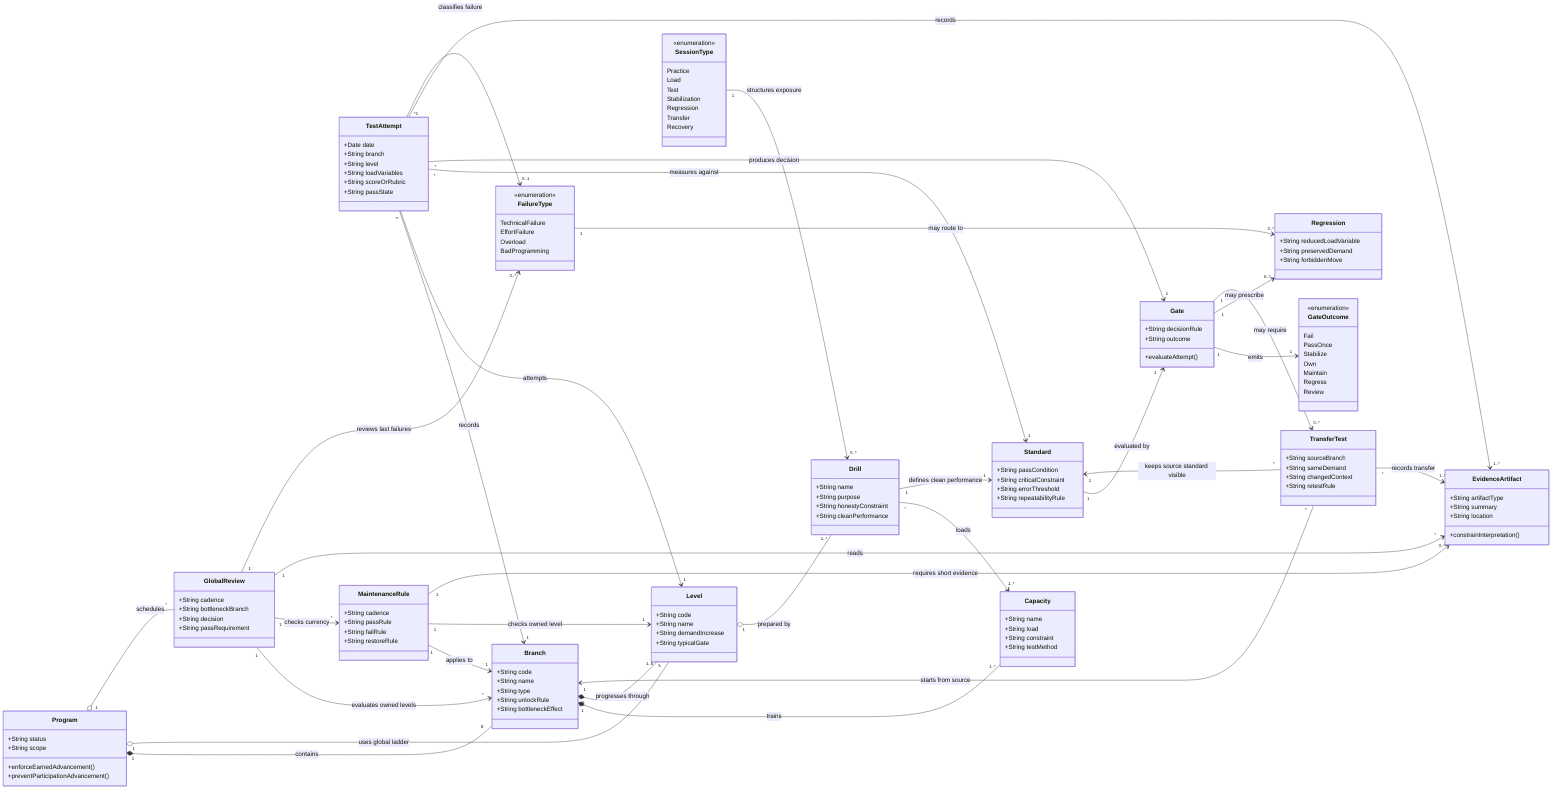
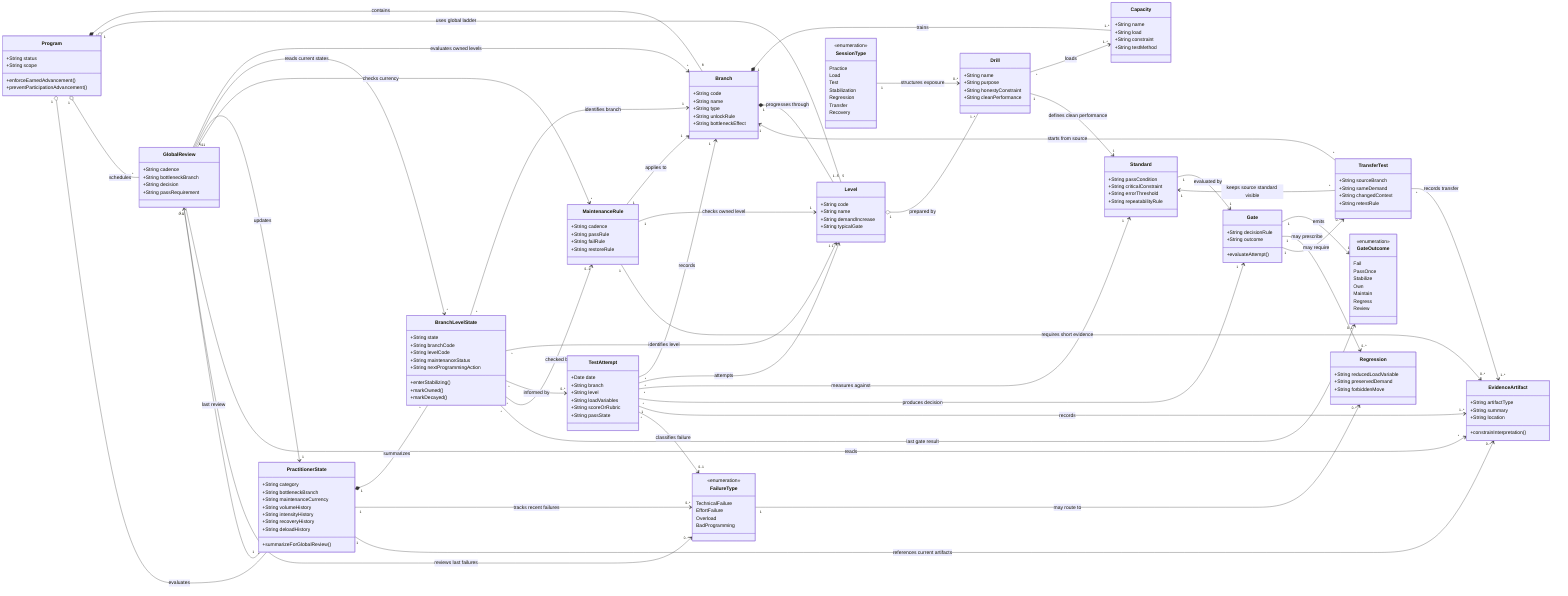
%% Domain model / UML class diagram.
%% Clarifies the core program entities and how advancement evidence flows through standards and gates.
classDiagram
direction LR

class Program {
  +String status
  +String scope
  +enforceEarnedAdvancement()
  +preventParticipationAdvancement()
}

class Branch {
  +String code
  +String name
  +String type
  +String unlockRule
  +String bottleneckEffect
}

class Capacity {
  +String name
  +String load
  +String constraint
  +String testMethod
}

class Level {
  +String code
  +String name
  +String demandIncrease
  +String typicalGate
}

class Drill {
  +String name
  +String purpose
  +String honestyConstraint
  +String cleanPerformance
}

class Standard {
  +String passCondition
  +String criticalConstraint
  +String errorThreshold
  +String repeatabilityRule
}

class Gate {
  +String decisionRule
  +String outcome
  +evaluateAttempt()
}

class GateOutcome {
  <<enumeration>>
  Fail
  PassOnce
  Stabilize
  Own
  Maintain
  Regress
  Review
+ }
+ 
+ class BranchLevelState {
+   +String state
+   +String branchCode
+   +String levelCode
+   +String maintenanceStatus
+   +String nextProgrammingAction
+   +enterStabilizing()
+   +markOwned()
+   +markDecayed()
+ }
+ 
+ class PractitionerState {
+   +String category
+   +String bottleneckBranch
+   +String maintenanceCurrency
+   +String volumeHistory
+   +String intensityHistory
+   +String recoveryHistory
+   +String deloadHistory
+   +summarizeForGlobalReview()
}

class Regression {
  +String reducedLoadVariable
  +String preservedDemand
  +String forbiddenMove
}

class SessionType {
  <<enumeration>>
  Practice
  Load
  Test
  Stabilization
  Regression
  Transfer
  Recovery
}

class TestAttempt {
  +Date date
  +String branch
  +String level
  +String loadVariables
  +String scoreOrRubric
  +String passState
}

class EvidenceArtifact {
  +String artifactType
  +String summary
  +String location
  +constrainInterpretation()
}

class FailureType {
  <<enumeration>>
  TechnicalFailure
  EffortFailure
  Overload
  BadProgramming
}

class MaintenanceRule {
  +String cadence
  +String passRule
  +String failRule
  +String restoreRule
}

class TransferTest {
  +String sourceBranch
  +String sameDemand
  +String changedContext
  +String retestRule
}

class GlobalReview {
  +String cadence
  +String bottleneckBranch
  +String decision
  +String passRequirement
}

Program "1" *-- "8" Branch : contains
Program "1" o-- "5" Level : uses global ladder
Program "1" o-- "*" GlobalReview : schedules
+ Program "1" o-- "*" PractitionerState : evaluates
+ PractitionerState "1" *-- "*" BranchLevelState : summarizes
+ PractitionerState "1" --> "0..*" FailureType : tracks recent failures
+ PractitionerState "1" --> "0..*" EvidenceArtifact : references current artifacts
+ PractitionerState "1" --> "0..1" GlobalReview : last review
Branch "1" *-- "1..*" Capacity : trains
Branch "1" *-- "1..5" Level : progresses through
+ BranchLevelState "*" --> "1" Branch : identifies branch
+ BranchLevelState "*" --> "1" Level : identifies level
+ BranchLevelState "*" --> "0..*" TestAttempt : informed by
+ BranchLevelState "*" --> "0..1" MaintenanceRule : checked by
+ BranchLevelState "*" --> "0..1" GateOutcome : last gate result
Level "1" o-- "1..*" Drill : prepared by
Drill "*" --> "1..*" Capacity : loads
Drill "1" --> "1" Standard : defines clean performance
Standard "1" --> "1" Gate : evaluated by
Gate "1" --> "1" GateOutcome : emits
Gate "1" --> "0..*" Regression : may prescribe
Gate "1" --> "0..*" TransferTest : may require
SessionType "1" --> "0..*" Drill : structures exposure
TestAttempt "*" --> "1" Branch : records
TestAttempt "*" --> "1" Level : attempts
TestAttempt "*" --> "1" Standard : measures against
TestAttempt "*" --> "1" Gate : produces decision
TestAttempt "1" --> "1..*" EvidenceArtifact : records
TestAttempt "*" --> "0..1" FailureType : classifies failure
FailureType "1" --> "0..*" Regression : may route to
MaintenanceRule "1" --> "1" Branch : applies to
MaintenanceRule "1" --> "1" Level : checks owned level
MaintenanceRule "1" --> "0..*" EvidenceArtifact : requires short evidence
TransferTest "*" --> "1" Branch : starts from source
TransferTest "*" --> "1" Standard : keeps source standard visible
TransferTest "*" --> "1..*" EvidenceArtifact : records transfer
GlobalReview "1" --> "*" Branch : evaluates owned levels
+ GlobalReview "1" --> "*" BranchLevelState : reads current states
+ GlobalReview "1" --> "1" PractitionerState : updates
GlobalReview "1" --> "*" MaintenanceRule : checks currency
GlobalReview "1" --> "*" EvidenceArtifact : reads
GlobalReview "1" --> "0..*" FailureType : reviews last failures
